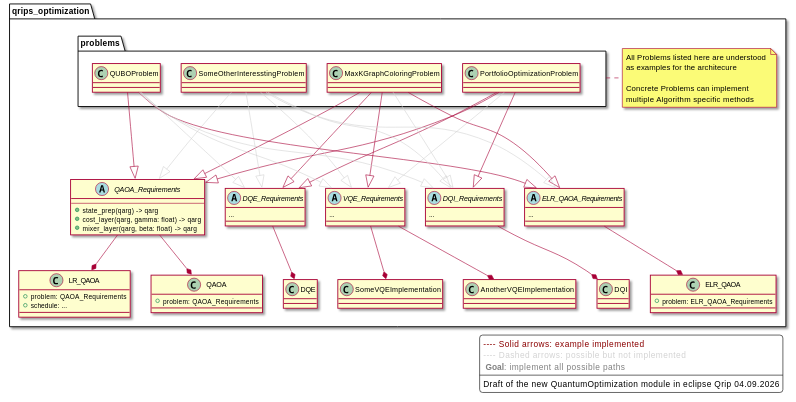
This is optimization.png from CedricSchacht/qrisp_optimization, a PlantUML export, as it was before one commit. Its source is kept beside it as optimization.puml. The source it was exported from:
```plantuml
@startuml optimization
skinparam legendBackgroundColor white
legend right
  <color:DarkRed>----  Solid arrows: example implemented
  <color:LightGray>----  Dashed arrows: possible but not implemented
  <color:gray> <b>Goal</b>: implement all possible paths
  ----
  Draft of the new QuantumOptimization module in eclipse Qrip 04.09.2026
endlegend

package qrips_optimization {
abstract QAOA_Requirements {
    ---
    + state_prep(qarg) -> qarg
    + cost_layer(qarg, gamma: float) -> qarg
    + mixer_layer(qarg, beta: float) -> qarg
}

abstract ELR_QAOA_Requirements {
    ...
}

abstract DQE_Requirements {
    ...
}

abstract DQI_Requirements {
    ...
}

abstract VQE_Requirements {
    ...
}

class SomeVQEImplementation
class AnotherVQEImplementation

package problems {
    class MaxKGraphColoringProblem
    class PortfolioOptimizationProblem
    class QUBOProblem
    class SomeOtherInteresstingProblem
}

class QAOA {
    + problem: QAOA_Requirements
}

class LR_QAOA {
    + problem: QAOA_Requirements
    + schedule: ...
}

class ELR_QAOA {
    + problem: ELR_QAOA_Requirements
}

MaxKGraphColoringProblem ---|> QAOA_Requirements
PortfolioOptimizationProblem ---|> QAOA_Requirements
QUBOProblem ---|> QAOA_Requirements
SomeOtherInteresstingProblem ---[#LightGray]|> QAOA_Requirements

MaxKGraphColoringProblem ---|> DQE_Requirements
PortfolioOptimizationProblem ---|> DQE_Requirements
QUBOProblem ---[#LightGray]|> DQE_Requirements
SomeOtherInteresstingProblem ---[#LightGray]|> DQE_Requirements

MaxKGraphColoringProblem ---|> VQE_Requirements
PortfolioOptimizationProblem ---[#LightGray]|> VQE_Requirements
QUBOProblem ---[#LightGray]|> VQE_Requirements
SomeOtherInteresstingProblem ---[#LightGray]|> VQE_Requirements

MaxKGraphColoringProblem ---|> ELR_QAOA_Requirements
PortfolioOptimizationProblem ---[hidden]|> ELR_QAOA_Requirements
QUBOProblem ---|> ELR_QAOA_Requirements
SomeOtherInteresstingProblem ---[#LightGray]|> ELR_QAOA_Requirements

MaxKGraphColoringProblem ---[#LightGray]|> DQI_Requirements
PortfolioOptimizationProblem ---|> DQI_Requirements
QUBOProblem ---[#LightGray]|> DQI_Requirements
SomeOtherInteresstingProblem ---[#LightGray]|> DQI_Requirements

QAOA_Requirements --* QAOA
QAOA_Requirements --* LR_QAOA

ELR_QAOA_Requirements --* ELR_QAOA

DQE_Requirements --* DQE
DQI_Requirements --* DQI
VQE_Requirements --* SomeVQEImplementation
VQE_Requirements --* AnotherVQEImplementation

note right of problems
All Problems listed here are understood
as examples for the architecure

Concrete Problems can implement
multiple Algorithm specific methods
end note
}
@enduml
```
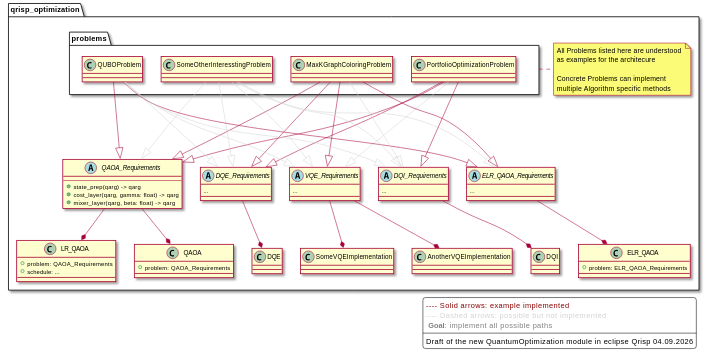
The same file after the commit.

Diff of the diagram source:
```diff
@@ -5,10 +5,10 @@
   <color:LightGray>----  Dashed arrows: possible but not implemented
   <color:gray> <b>Goal</b>: implement all possible paths
   ----
-  Draft of the new QuantumOptimization module in eclipse Qrip 04.09.2026
+  Draft of the new QuantumOptimization module in eclipse Qrisp 04.09.2026
 endlegend
 
-package qrips_optimization {
+package qrisp_optimization {
 abstract QAOA_Requirements {
     ---
     + state_prep(qarg) -> qarg
```
